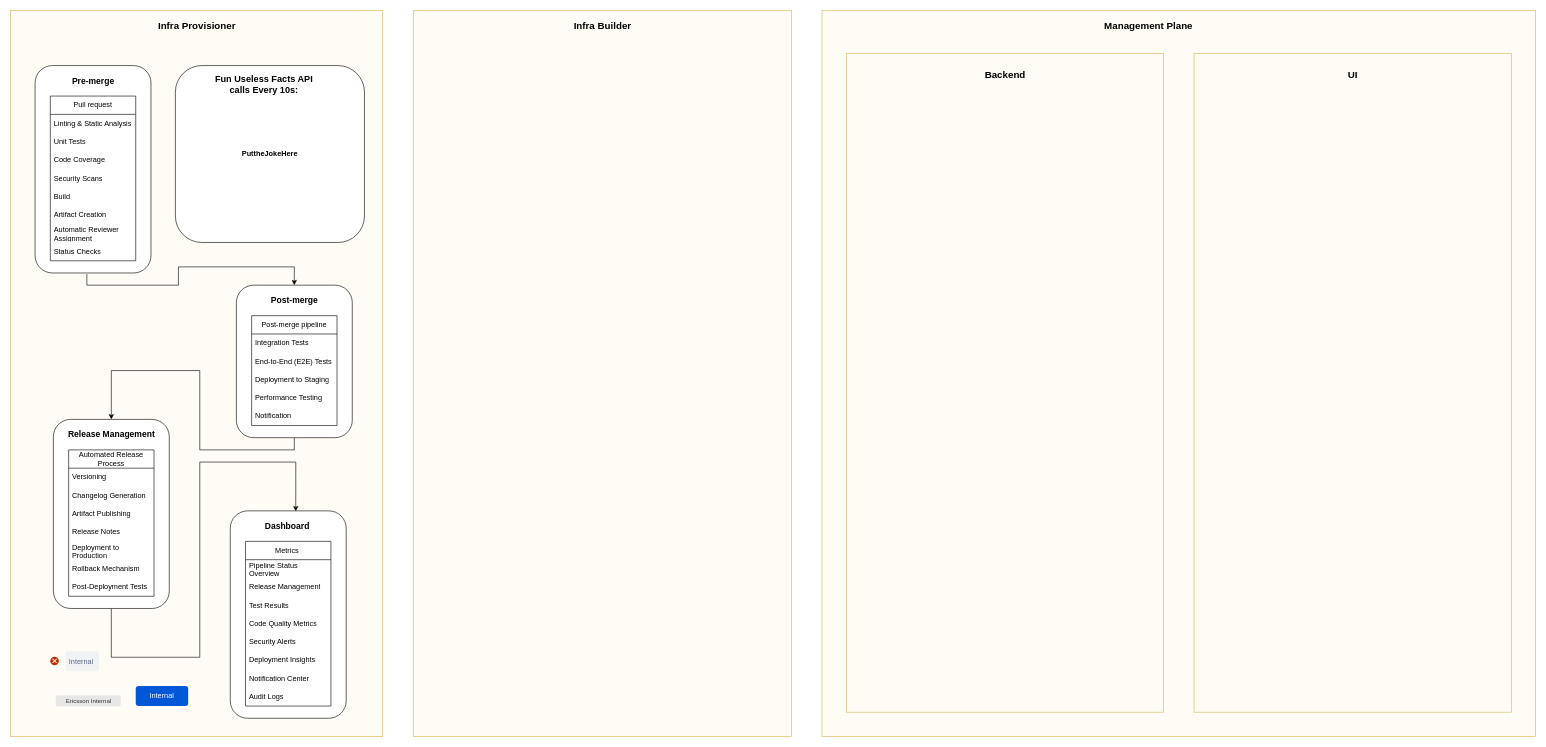
This is sample.drawio from hamzahalneshmi/JSON, a draw.io file, before an edit. Source tidied: cells renumbered, new cells numbered last; positions are measured from the earlier drawing's top-left corner, leaving out a move shared by most shapes. Both pictures are drawn from the tidied source at 61%, with x=0, y=0 at pixel (10, 10). Pictures stored in the file or linked from it are replaced by grey dashed boxes.
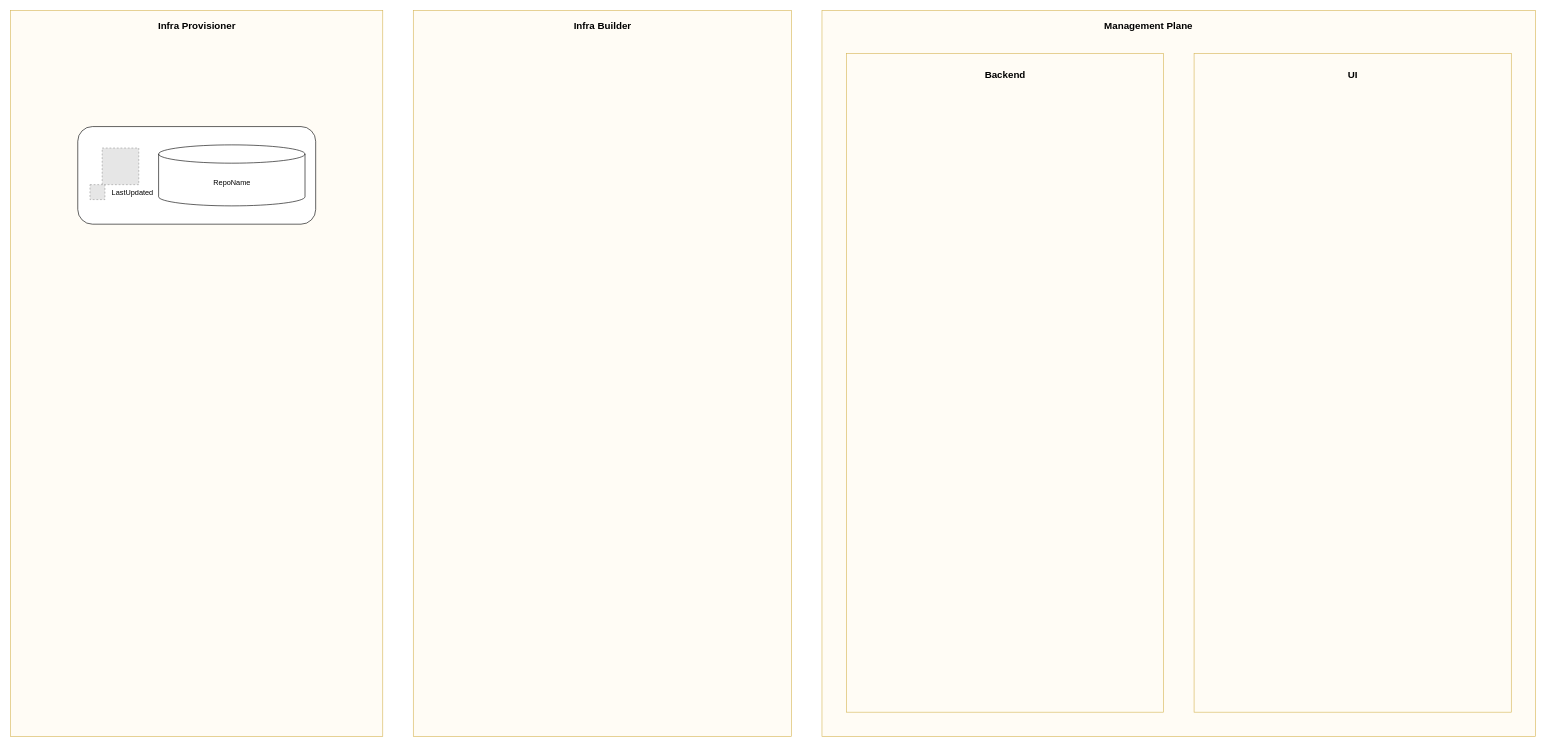
Above is the later version.

Diff of the diagram source:
```diff
@@
-    <mxCell id="12" style="edgeStyle=orthogonalEdgeStyle;rounded=0;jettySize=auto;html=1;entryX=0.5;entryY=0;entryDx=0;entryDy=0;exitX=0.447;exitY=1.005;exitDx=0;exitDy=0;exitPerimeter=0;" parent="1" edge="1" source="13" target="25">
-      <mxGeometry relative="1" as="geometry">
-        <Array as="points">
-          <mxPoint x="125" y="450" />
-          <mxPoint x="275" y="450" />
-          <mxPoint x="275" y="420" />
-          <mxPoint x="465" y="420" />
-        </Array>
-      </mxGeometry>
-    </mxCell>
-    <mxCell id="13" style="rounded=1;whiteSpace=wrap;html=1;" parent="1" vertex="1">
-      <mxGeometry x="40" y="90" width="190" height="340" as="geometry" />
-    </mxCell>
-    <mxCell id="14" value="&lt;b&gt;&lt;font style=&quot;font-size: 14px;&quot;&gt;Pre-merge&lt;/font&gt;&lt;/b&gt;" style="text;html=1;align=center;verticalAlign=middle;strokeColor=none;fillColor=none;" parent="1" vertex="1">
-      <mxGeometry x="90" y="100" width="90" height="30" as="geometry" />
-    </mxCell>
-    <mxCell id="15" value="Pull request" style="swimlane;fontStyle=0;horizontal=1;startSize=30;whiteSpace=wrap;html=1;" parent="1" vertex="1">
-      <mxGeometry x="65" y="140" width="140" height="270" as="geometry" />
-    </mxCell>
-    <mxCell id="16" value="Linting &amp;amp; Static Analysis" style="text;strokeColor=none;fillColor=none;align=left;verticalAlign=middle;spacingLeft=4;spacingRight=4;overflow=hidden;whiteSpace=wrap;html=1;" parent="15" vertex="1">
-      <mxGeometry y="30" width="140" height="30" as="geometry" />
-    </mxCell>
-    <mxCell id="17" value="Unit Tests" style="text;strokeColor=none;fillColor=none;align=left;verticalAlign=middle;spacingLeft=4;spacingRight=4;overflow=hidden;whiteSpace=wrap;html=1;" parent="15" vertex="1">
-      <mxGeometry y="60" width="140" height="30" as="geometry" />
-    </mxCell>
-    <mxCell id="18" value="Code Coverage" style="text;strokeColor=none;fillColor=none;align=left;verticalAlign=middle;spacingLeft=4;spacingRight=4;overflow=hidden;whiteSpace=wrap;html=1;" parent="15" vertex="1">
-      <mxGeometry y="90" width="140" height="30" as="geometry" />
-    </mxCell>
-    <mxCell id="19" value="Security Scans" style="text;strokeColor=none;fillColor=none;align=left;verticalAlign=middle;spacingLeft=4;spacingRight=4;overflow=hidden;whiteSpace=wrap;html=1;" parent="15" vertex="1">
-      <mxGeometry y="120" width="140" height="30" as="geometry" />
-    </mxCell>
-    <mxCell id="20" value="Build" style="text;strokeColor=none;fillColor=none;align=left;verticalAlign=middle;spacingLeft=4;spacingRight=4;overflow=hidden;whiteSpace=wrap;html=1;" parent="15" vertex="1">
-      <mxGeometry y="150" width="140" height="30" as="geometry" />
-    </mxCell>
-    <mxCell id="21" value="Artifact Creation" style="text;strokeColor=none;fillColor=none;align=left;verticalAlign=middle;spacingLeft=4;spacingRight=4;overflow=hidden;whiteSpace=wrap;html=1;" parent="15" vertex="1">
-      <mxGeometry y="180" width="140" height="30" as="geometry" />
-    </mxCell>
-    <mxCell id="22" value="Automatic Reviewer Assignment" style="text;strokeColor=none;fillColor=none;align=left;verticalAlign=middle;spacingLeft=4;spacingRight=4;overflow=hidden;whiteSpace=wrap;html=1;" parent="15" vertex="1">
-      <mxGeometry y="210" width="140" height="30" as="geometry" />
-    </mxCell>
-    <mxCell id="23" value="Status Checks" style="text;strokeColor=none;fillColor=none;align=left;verticalAlign=middle;spacingLeft=4;spacingRight=4;overflow=hidden;whiteSpace=wrap;html=1;" parent="15" vertex="1">
-      <mxGeometry y="240" width="140" height="30" as="geometry" />
-    </mxCell>
-    <mxCell id="24" style="edgeStyle=orthogonalEdgeStyle;rounded=0;jettySize=auto;html=1;entryX=0.5;entryY=0;entryDx=0;entryDy=0;" parent="1" edge="1" source="25" target="34">
-      <mxGeometry relative="1" as="geometry">
-        <Array as="points">
-          <mxPoint x="465" y="720" />
-          <mxPoint x="310" y="720" />
-          <mxPoint x="310" y="590" />
-          <mxPoint x="165" y="590" />
-        </Array>
-      </mxGeometry>
-    </mxCell>
-    <mxCell id="25" style="rounded=1;whiteSpace=wrap;html=1;" parent="1" vertex="1">
-      <mxGeometry x="370" y="450" width="190" height="250" as="geometry" />
-    </mxCell>
-    <mxCell id="26" value="&lt;b&gt;&lt;font style=&quot;font-size: 14px;&quot;&gt;Post-merge&lt;/font&gt;&lt;/b&gt;" style="text;html=1;align=center;verticalAlign=middle;strokeColor=none;fillColor=none;" parent="1" vertex="1">
-      <mxGeometry x="415" y="460" width="100" height="30" as="geometry" />
-    </mxCell>
-    <mxCell id="27" value="Post-merge pipeline" style="swimlane;fontStyle=0;horizontal=1;startSize=30;whiteSpace=wrap;html=1;" parent="1" vertex="1">
-      <mxGeometry x="395" y="500" width="140" height="180" as="geometry" />
-    </mxCell>
-    <mxCell id="28" value="Integration Tests" style="text;strokeColor=none;fillColor=none;align=left;verticalAlign=middle;spacingLeft=4;spacingRight=4;overflow=hidden;whiteSpace=wrap;html=1;" parent="27" vertex="1">
-      <mxGeometry y="30" width="140" height="30" as="geometry" />
-    </mxCell>
-    <mxCell id="29" value="End-to-End (E2E) Tests" style="text;strokeColor=none;fillColor=none;align=left;verticalAlign=middle;spacingLeft=4;spacingRight=4;overflow=hidden;whiteSpace=wrap;html=1;" parent="27" vertex="1">
-      <mxGeometry y="60" width="140" height="30" as="geometry" />
-    </mxCell>
-    <mxCell id="30" value="Deployment to Staging" style="text;strokeColor=none;fillColor=none;align=left;verticalAlign=middle;spacingLeft=4;spacingRight=4;overflow=hidden;whiteSpace=wrap;html=1;" parent="27" vertex="1">
-      <mxGeometry y="90" width="140" height="30" as="geometry" />
-    </mxCell>
-    <mxCell id="31" value="Performance Testing" style="text;strokeColor=none;fillColor=none;align=left;verticalAlign=middle;spacingLeft=4;spacingRight=4;overflow=hidden;whiteSpace=wrap;html=1;" parent="27" vertex="1">
-      <mxGeometry y="120" width="140" height="30" as="geometry" />
-    </mxCell>
-    <mxCell id="32" value="Notification" style="text;strokeColor=none;fillColor=none;align=left;verticalAlign=middle;spacingLeft=4;spacingRight=4;overflow=hidden;whiteSpace=wrap;html=1;" parent="27" vertex="1">
-      <mxGeometry y="150" width="140" height="30" as="geometry" />
-    </mxCell>
-    <mxCell id="33" style="edgeStyle=orthogonalEdgeStyle;rounded=0;jettySize=auto;html=1;entryX=0.565;entryY=0.002;entryDx=0;entryDy=0;entryPerimeter=0;" parent="1" edge="1" source="34" target="44">
-      <mxGeometry relative="1" as="geometry">
-        <Array as="points">
-          <mxPoint x="165" y="1060" />
-          <mxPoint x="310" y="1060" />
-          <mxPoint x="310" y="740" />
-          <mxPoint x="467" y="740" />
-        </Array>
-      </mxGeometry>
-    </mxCell>
-    <mxCell id="34" style="rounded=1;whiteSpace=wrap;html=1;" parent="1" vertex="1">
-      <mxGeometry x="70" y="670" width="190" height="310" as="geometry" />
-    </mxCell>
-    <mxCell id="35" value="&lt;b&gt;&lt;font style=&quot;font-size: 14px;&quot;&gt;Release Management&lt;/font&gt;&lt;/b&gt;" style="text;html=1;align=center;verticalAlign=middle;strokeColor=none;fillColor=none;" parent="1" vertex="1">
-      <mxGeometry x="80" y="680" width="170" height="30" as="geometry" />
-    </mxCell>
-    <mxCell id="36" value="&lt;h4&gt;&lt;span style=&quot;font-weight: normal;&quot;&gt;Automated Release Process&lt;/span&gt;&lt;/h4&gt;" style="swimlane;fontStyle=0;horizontal=1;startSize=30;whiteSpace=wrap;html=1;" parent="1" vertex="1">
-      <mxGeometry x="95" y="720" width="140" height="240" as="geometry" />
-    </mxCell>
-    <mxCell id="37" value="Versioning" style="text;strokeColor=none;fillColor=none;align=left;verticalAlign=middle;spacingLeft=4;spacingRight=4;overflow=hidden;whiteSpace=wrap;html=1;" parent="36" vertex="1">
-      <mxGeometry y="30" width="140" height="30" as="geometry" />
-    </mxCell>
-    <mxCell id="38" value="Changelog Generation" style="text;strokeColor=none;fillColor=none;align=left;verticalAlign=middle;spacingLeft=4;spacingRight=4;overflow=hidden;whiteSpace=wrap;html=1;" parent="36" vertex="1">
-      <mxGeometry y="60" width="140" height="30" as="geometry" />
-    </mxCell>
-    <mxCell id="39" value="Artifact Publishing" style="text;strokeColor=none;fillColor=none;align=left;verticalAlign=middle;spacingLeft=4;spacingRight=4;overflow=hidden;whiteSpace=wrap;html=1;" parent="36" vertex="1">
-      <mxGeometry y="90" width="140" height="30" as="geometry" />
-    </mxCell>
-    <mxCell id="40" value="Release Notes" style="text;strokeColor=none;fillColor=none;align=left;verticalAlign=middle;spacingLeft=4;spacingRight=4;overflow=hidden;whiteSpace=wrap;html=1;" parent="36" vertex="1">
-      <mxGeometry y="120" width="140" height="30" as="geometry" />
-    </mxCell>
-    <mxCell id="41" value="Deployment to Production" style="text;strokeColor=none;fillColor=none;align=left;verticalAlign=middle;spacingLeft=4;spacingRight=4;overflow=hidden;whiteSpace=wrap;html=1;" parent="36" vertex="1">
-      <mxGeometry y="150" width="140" height="30" as="geometry" />
-    </mxCell>
-    <mxCell id="42" value="Rollback Mechanism" style="text;strokeColor=none;fillColor=none;align=left;verticalAlign=middle;spacingLeft=4;spacingRight=4;overflow=hidden;whiteSpace=wrap;html=1;" parent="36" vertex="1">
-      <mxGeometry y="180" width="140" height="30" as="geometry" />
-    </mxCell>
-    <mxCell id="43" value="Post-Deployment Tests" style="text;strokeColor=none;fillColor=none;align=left;verticalAlign=middle;spacingLeft=4;spacingRight=4;overflow=hidden;whiteSpace=wrap;html=1;" parent="36" vertex="1">
-      <mxGeometry y="210" width="140" height="30" as="geometry" />
-    </mxCell>
-    <mxCell id="44" style="rounded=1;whiteSpace=wrap;html=1;" parent="1" vertex="1">
-      <mxGeometry x="360" y="820" width="190" height="340" as="geometry" />
-    </mxCell>
-    <mxCell id="45" value="&lt;b&gt;&lt;font style=&quot;font-size: 14px;&quot;&gt;Dashboard&amp;nbsp;&lt;/font&gt;&lt;/b&gt;" style="text;html=1;align=center;verticalAlign=middle;strokeColor=none;fillColor=none;" parent="1" vertex="1">
-      <mxGeometry x="405" y="830" width="100" height="30" as="geometry" />
-    </mxCell>
-    <mxCell id="46" value="&lt;h4&gt;&lt;span style=&quot;font-weight: normal;&quot;&gt;Metrics&amp;nbsp;&lt;/span&gt;&lt;/h4&gt;" style="swimlane;fontStyle=0;horizontal=1;startSize=30;whiteSpace=wrap;html=1;" parent="1" vertex="1">
-      <mxGeometry x="385" y="870" width="140" height="270" as="geometry" />
-    </mxCell>
-    <mxCell id="47" value="Pipeline Status Overview" style="text;strokeColor=none;fillColor=none;align=left;verticalAlign=middle;spacingLeft=4;spacingRight=4;overflow=hidden;whiteSpace=wrap;html=1;" parent="46" vertex="1">
-      <mxGeometry y="30" width="140" height="30" as="geometry" />
-    </mxCell>
-    <mxCell id="48" value="Release Management" style="text;strokeColor=none;fillColor=none;align=left;verticalAlign=middle;spacingLeft=4;spacingRight=4;overflow=hidden;whiteSpace=wrap;html=1;" parent="46" vertex="1">
-      <mxGeometry y="60" width="140" height="30" as="geometry" />
-    </mxCell>
-    <mxCell id="49" value="Test Results" style="text;strokeColor=none;fillColor=none;align=left;verticalAlign=middle;spacingLeft=4;spacingRight=4;overflow=hidden;whiteSpace=wrap;html=1;" parent="46" vertex="1">
-      <mxGeometry y="90" width="140" height="30" as="geometry" />
-    </mxCell>
-    <mxCell id="50" value="Code Quality Metrics" style="text;strokeColor=none;fillColor=none;align=left;verticalAlign=middle;spacingLeft=4;spacingRight=4;overflow=hidden;whiteSpace=wrap;html=1;" parent="46" vertex="1">
-      <mxGeometry y="120" width="140" height="30" as="geometry" />
-    </mxCell>
-    <mxCell id="51" value="Security Alerts" style="text;strokeColor=none;fillColor=none;align=left;verticalAlign=middle;spacingLeft=4;spacingRight=4;overflow=hidden;whiteSpace=wrap;html=1;" parent="46" vertex="1">
-      <mxGeometry y="150" width="140" height="30" as="geometry" />
-    </mxCell>
-    <mxCell id="52" value="Deployment Insights" style="text;strokeColor=none;fillColor=none;align=left;verticalAlign=middle;spacingLeft=4;spacingRight=4;overflow=hidden;whiteSpace=wrap;html=1;" parent="46" vertex="1">
-      <mxGeometry y="180" width="140" height="30" as="geometry" />
-    </mxCell>
-    <mxCell id="53" value="Notification Center" style="text;strokeColor=none;fillColor=none;align=left;verticalAlign=middle;spacingLeft=4;spacingRight=4;overflow=hidden;whiteSpace=wrap;html=1;" parent="46" vertex="1">
-      <mxGeometry y="210" width="140" height="30" as="geometry" />
-    </mxCell>
-    <mxCell id="54" value="Audit Logs" style="text;strokeColor=none;fillColor=none;align=left;verticalAlign=middle;spacingLeft=4;spacingRight=4;overflow=hidden;whiteSpace=wrap;html=1;" parent="46" vertex="1">
-      <mxGeometry y="240" width="140" height="30" as="geometry" />
-    </mxCell>
-    <mxCell id="55" value="Ericsson Internal" style="rounded=1;html=1;shadow=0;dashed=0;whiteSpace=wrap;fontSize=10;fillColor=#E6E6E6;align=center;strokeColor=#E6E6E6;fontColor=#333333;" parent="1" vertex="1">
-      <mxGeometry x="74.5" y="1123.1" width="105.5" height="16.9" as="geometry" />
-    </mxCell>
-    <mxCell id="56" value="Internal" style="rounded=1;fillColor=#0057D8;strokeColor=none;html=1;whiteSpace=wrap;fontColor=#ffffff;align=center;verticalAlign=middle;fontStyle=0;fontSize=12;sketch=0;" parent="1" vertex="1">
-      <mxGeometry x="205" y="1107" width="86" height="33" as="geometry" />
-    </mxCell>
-    <mxCell id="57" value="Internal&amp;nbsp;" style="rounded=1;align=center;fillColor=#F1F2F4;strokeColor=none;html=1;whiteSpace=wrap;fontColor=#596780;fontSize=12;sketch=0;" parent="1" vertex="1">
-      <mxGeometry x="90" y="1050" width="55" height="33" as="geometry" />
-    </mxCell>
-    <mxCell id="58" style="html=1;shadow=0;dashed=0;shape=mxgraph.atlassian.close;fillColor=#BA3200;strokeColor=none;html=1;sketch=0;" parent="1" vertex="1">
-      <mxGeometry x="65" y="1059" width="14" height="14" as="geometry" />
-    </mxCell>
-    <mxCell id="59" value="&lt;b style=&quot;border-color: var(--border-color);&quot;&gt;PuttheJokeHere&lt;/b&gt;" style="rounded=1;whiteSpace=wrap;html=1;" parent="1" vertex="1">
-      <mxGeometry x="270" y="90" width="310" height="290" as="geometry" />
-    </mxCell>
-    <mxCell id="60" value="&lt;b style=&quot;font-size: 15px;&quot;&gt;Fun Useless Facts API &lt;br&gt;calls Every 10s:&lt;/b&gt;" style="text;html=1;align=center;verticalAlign=middle;strokeColor=none;fillColor=none;" parent="1" vertex="1">
-      <mxGeometry x="325" y="95" width="180" height="50" as="geometry" />
-    </mxCell>
+    <mxCell id="61" style="rounded=1;whiteSpace=wrap;html=1;" parent="1" vertex="1">
+      <mxGeometry x="110" y="190" width="390" height="160" as="geometry" />
+    </mxCell>
+    <mxCell id="62" value="RepoName" style="shape=cylinder3;whiteSpace=wrap;html=1;boundedLbl=1;backgroundOutline=1;size=15;" parent="1" vertex="1">
+      <mxGeometry x="242.5" y="220" width="240" height="100" as="geometry" />
+    </mxCell>
+    <mxCell id="63" value="LastUpdated" style="text;html=1;strokeColor=none;fillColor=none;align=center;verticalAlign=middle;whiteSpace=wrap;rounded=0;" parent="1" vertex="1">
+      <mxGeometry x="170" y="282.5" width="60" height="30" as="geometry" />
+    </mxCell>
+    <mxCell id="64" style="fillColor=#E6E6E6;strokeColor=#999999;dashed=1;verticalLabelPosition=bottom;labelBackgroundColor=default;verticalAlign=top;" parent="1" vertex="1">
+      <mxGeometry x="150" y="225.2" width="60" height="60" as="geometry" />
+    </mxCell>
+    <mxCell id="65" style="fillColor=#E6E6E6;strokeColor=#999999;dashed=1;verticalLabelPosition=bottom;labelBackgroundColor=default;verticalAlign=top;" parent="1" vertex="1">
+      <mxGeometry x="130" y="285.2" width="24.5" height="24.5" as="geometry" />
+    </mxCell>
```
